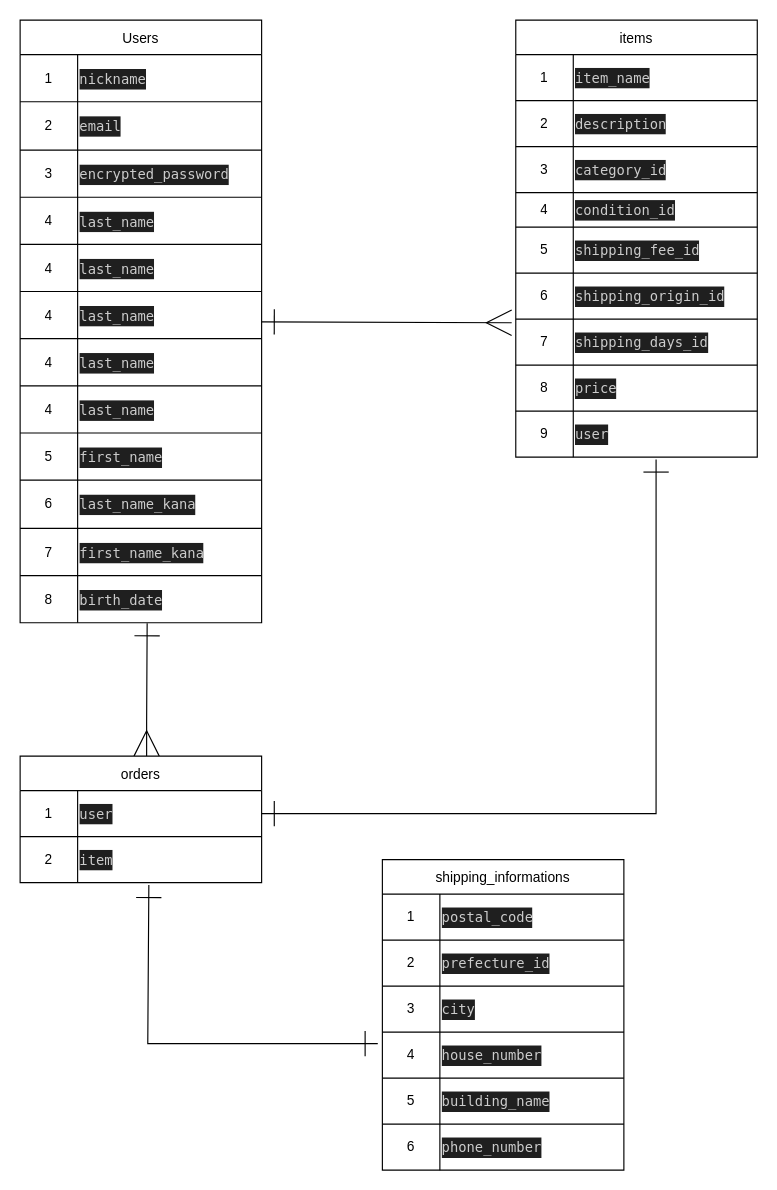
The draw.io diagram ER.dio in Hiroshift/furima-41448, before the edit. Source tidied: cells renumbered, new cells numbered last; positions are measured from the earlier drawing's top-left corner, leaving out a move shared by most shapes. Both pictures are drawn from the tidied source at 115%, with x=0, y=0 at pixel (20, 20).
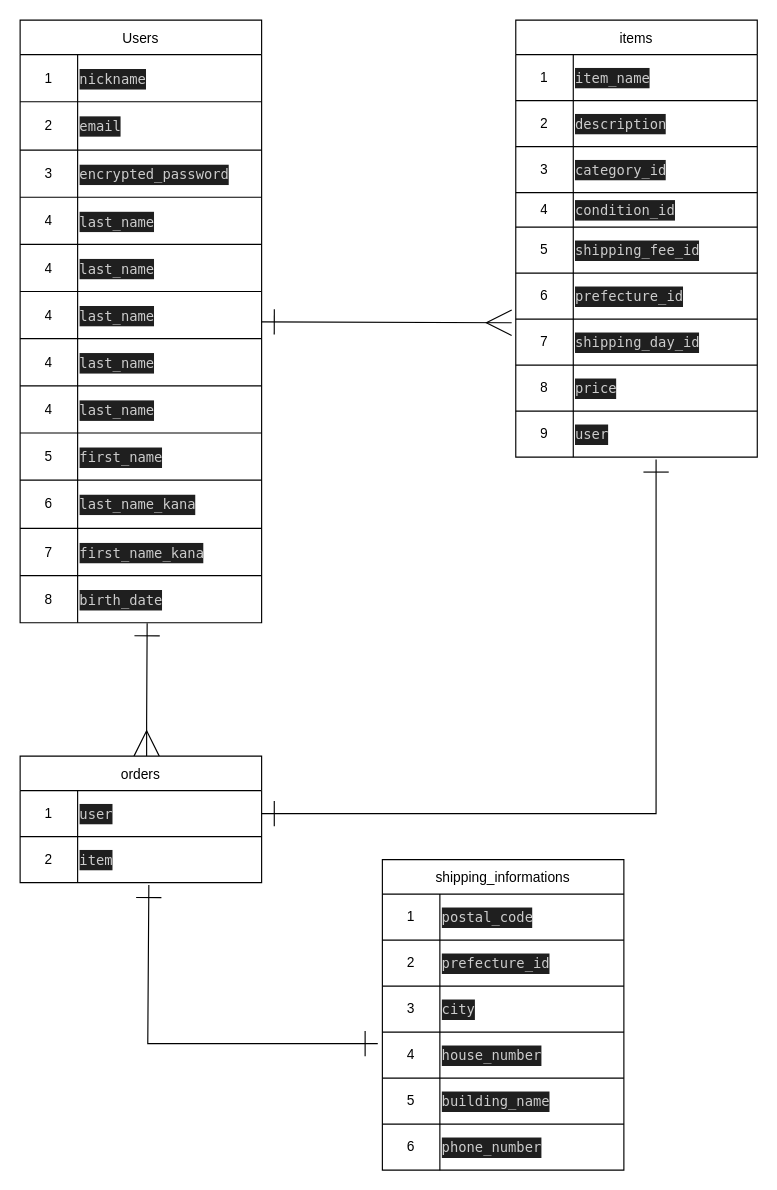
The same diagram, later.

Commit message (it also covers changes not shown here):
ordersとitemsテーブルの関連を修正

The change refers to these unchanged cells:
```xml
<mxCell id="58" style="shape=tableRow;horizontal=0;startSize=0;swimlaneHead=0;swimlaneBody=0;top=0;left=0;bottom=0;right=0;fillColor=none;" parent="42" vertex="1">
  <mxGeometry y="220" width="210" height="40" as="geometry" />
</mxCell>
<mxCell id="61" style="shape=tableRow;horizontal=0;startSize=0;swimlaneHead=0;swimlaneBody=0;top=0;left=0;bottom=0;right=0;fillColor=none;points=[[0,0.5],[1,0.5]];portConstraint=eastwest;" parent="42" vertex="1">
  <mxGeometry y="260" width="210" height="40" as="geometry" />
</mxCell>
```

What changed in the source:
```diff
@@
-    <mxCell id="60" value="&lt;div style=&quot;color: rgb(204, 204, 204); background-color: rgb(31, 31, 31); font-family: Menlo, Monaco, &amp;quot;Courier New&amp;quot;, monospace; line-height: 18px;&quot;&gt;shipping_origin_id&lt;/div&gt;" style="shape=partialRectangle;html=1;whiteSpace=wrap;overflow=hidden;fillColor=none;top=0;left=0;bottom=0;right=0;align=left;" parent="58" vertex="1">
+    <mxCell id="60" value="&lt;div style=&quot;color: rgb(204, 204, 204); background-color: rgb(31, 31, 31); font-family: Menlo, Monaco, &amp;quot;Courier New&amp;quot;, monospace; line-height: 18px;&quot;&gt;&lt;div style=&quot;line-height: 18px;&quot;&gt;prefecture_id &lt;/div&gt;&lt;/div&gt;" style="shape=partialRectangle;html=1;whiteSpace=wrap;overflow=hidden;fillColor=none;top=0;left=0;bottom=0;right=0;align=left;" parent="58" vertex="1">
       <mxGeometry x="50" width="160" height="40" as="geometry" />
     </mxCell>
@@
-    <mxCell id="63" value="&lt;div style=&quot;color: rgb(204, 204, 204); background-color: rgb(31, 31, 31); font-family: Menlo, Monaco, &amp;quot;Courier New&amp;quot;, monospace; line-height: 18px;&quot;&gt;shipping_days_id&lt;/div&gt;" style="shape=partialRectangle;html=1;whiteSpace=wrap;overflow=hidden;fillColor=none;top=0;left=0;bottom=0;right=0;align=left;" parent="61" vertex="1">
+    <mxCell id="63" value="&lt;div style=&quot;color: rgb(204, 204, 204); background-color: rgb(31, 31, 31); font-family: Menlo, Monaco, &amp;quot;Courier New&amp;quot;, monospace; line-height: 18px;&quot;&gt;&lt;div style=&quot;line-height: 18px;&quot;&gt;shipping_day_id &lt;/div&gt;&lt;/div&gt;" style="shape=partialRectangle;html=1;whiteSpace=wrap;overflow=hidden;fillColor=none;top=0;left=0;bottom=0;right=0;align=left;" parent="61" vertex="1">
       <mxGeometry x="50" width="160" height="40" as="geometry" />
     </mxCell>
```
